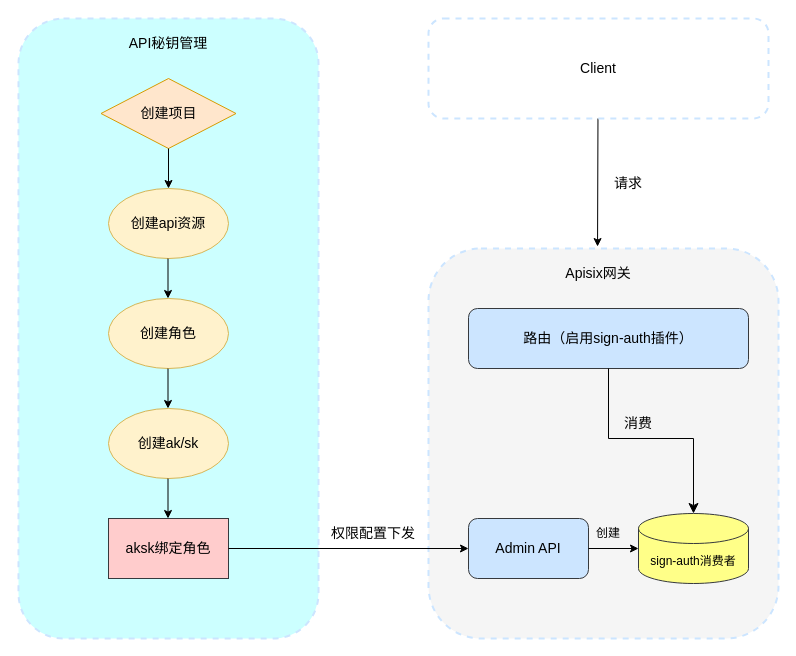
The draw.io diagram sign-auth.drawio in chonjiang/draw, before the edit. Source tidied: cells renumbered, new cells numbered last; positions are measured from the earlier drawing's top-left corner, leaving out a move shared by most shapes. Both pictures are drawn from the tidied source at 100%, with x=0, y=0 at pixel (18, 18).
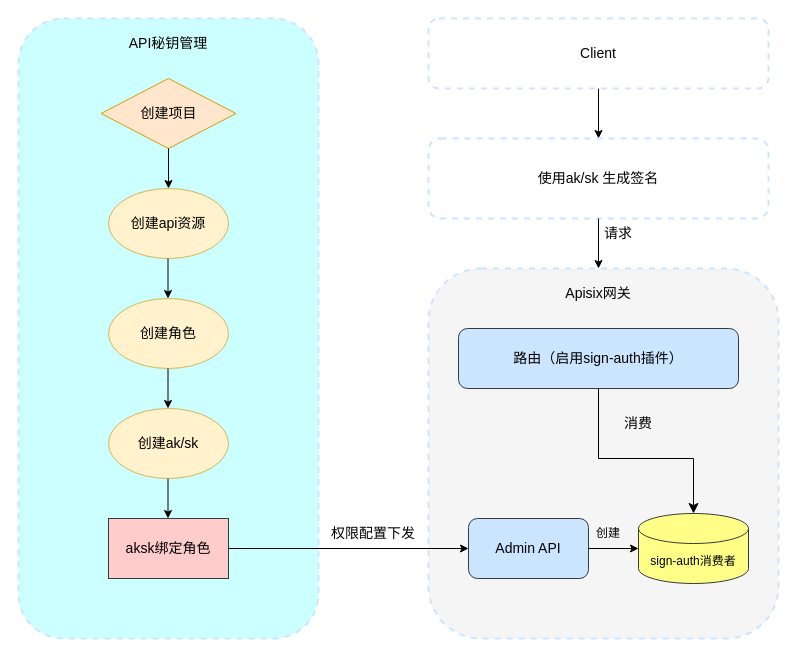
After the change.

Unchanged cells that the change refers to:
```xml
<mxCell id="20" value="sign-auth消费者" style="shape=cylinder3;whiteSpace=wrap;html=1;boundedLbl=1;backgroundOutline=1;size=15;fillColor=#ffff88;strokeColor=#36393d;" parent="1" vertex="1">
  <mxGeometry x="620" y="495" width="110" height="70" as="geometry" />
</mxCell>
```

Change to the diagram source:
```diff
@@
-    <mxCell id="12" style="endArrow=classic;html=1;rounded=0;exitX=0.5;exitY=1;exitDx=0;exitDy=0;entryX=0.483;entryY=-0.005;entryDx=0;entryDy=0;entryPerimeter=0;" parent="1" edge="1" target="16">
-      <mxGeometry relative="1" as="geometry">
-        <mxPoint x="579.5" y="90" as="sourcePoint" />
-      </mxGeometry>
+    <mxCell id="12" style="endArrow=classic;html=1;rounded=0;entryX=0.5;entryY=0;entryDx=0;entryDy=0;exitX=0.5;exitY=1;exitDx=0;exitDy=0;" parent="1" edge="1" source="15" target="28">
+      <mxGeometry relative="1" as="geometry" />
     </mxCell>
     <mxCell id="13" value="&lt;font style=&quot;font-size: 14px;&quot;&gt;请求&lt;/font&gt;" style="text;html=1;whiteSpace=wrap;strokeColor=none;fillColor=none;align=center;verticalAlign=middle;rounded=0;" parent="1" vertex="1">
-      <mxGeometry x="580" y="150" width="60" height="30" as="geometry" />
+      <mxGeometry x="570" y="200" width="60" height="30" as="geometry" />
     </mxCell>
@@
     <mxCell id="15" value="&lt;font style=&quot;font-size: 14px;&quot;&gt;Client&lt;/font&gt;" style="rounded=1;whiteSpace=wrap;html=1;dashed=1;strokeColor=#CCE5FF;gradientColor=none;strokeWidth=2;" parent="1" vertex="1">
-      <mxGeometry x="410" width="340" height="100" as="geometry" />
+      <mxGeometry x="410" width="340" height="70" as="geometry" />
     </mxCell>
     <mxCell id="16" style="rounded=1;whiteSpace=wrap;html=1;dashed=1;shadow=0;strokeColor=#CCE5FF;strokeWidth=2;glass=0;fillColor=#f5f5f5;fontColor=#333333;" parent="1" vertex="1">
-      <mxGeometry x="410" y="230" width="350" height="390" as="geometry" />
+      <mxGeometry x="410" y="250" width="350" height="370" as="geometry" />
     </mxCell>
     <mxCell id="17" value="&lt;font style=&quot;font-size: 14px;&quot;&gt;Apisix网关&lt;/font&gt;" style="text;html=1;whiteSpace=wrap;strokeColor=none;fillColor=none;align=center;verticalAlign=middle;rounded=0;" parent="1" vertex="1">
-      <mxGeometry x="545" y="240" width="70" height="30" as="geometry" />
+      <mxGeometry x="545" y="260" width="70" height="30" as="geometry" />
     </mxCell>
     <mxCell id="18" value="&lt;font style=&quot;font-size: 14px;&quot;&gt;路由（启用sign-auth插件）&lt;/font&gt;" style="rounded=1;whiteSpace=wrap;html=1;fillColor=#cce5ff;strokeColor=#36393d;" parent="1" vertex="1">
-      <mxGeometry x="450" y="290" width="280" height="60" as="geometry" />
+      <mxGeometry x="440" y="310" width="280" height="60" as="geometry" />
     </mxCell>
     <mxCell id="19" style="edgeStyle=elbowEdgeStyle;elbow=vertical;endArrow=classic;html=1;curved=0;rounded=0;endSize=8;startSize=8;exitX=0.5;exitY=1;exitDx=0;exitDy=0;entryX=0.5;entryY=0;entryDx=0;entryDy=0;entryPerimeter=0;" parent="1" edge="1" source="18" target="20">
       <mxGeometry relative="1" as="geometry">
         <Array as="points">
-          <mxPoint x="640" y="420" />
+          <mxPoint x="630" y="440" />
         </Array>
       </mxGeometry>
     </mxCell>
@@
+    <mxCell id="28" value="&lt;font style=&quot;font-size: 14px;&quot;&gt;使用ak/sk 生成签名&lt;/font&gt;" style="rounded=1;whiteSpace=wrap;html=1;dashed=1;strokeColor=#CCE5FF;gradientColor=none;strokeWidth=2;" parent="1" vertex="1">
+      <mxGeometry x="410" y="120" width="340" height="80" as="geometry" />
+    </mxCell>
+    <mxCell id="29" style="endArrow=classic;html=1;rounded=0;exitX=0.5;exitY=1;exitDx=0;exitDy=0;" parent="1" edge="1" source="28">
+      <mxGeometry relative="1" as="geometry">
+        <mxPoint x="580" y="250" as="targetPoint" />
+      </mxGeometry>
+    </mxCell>
```
